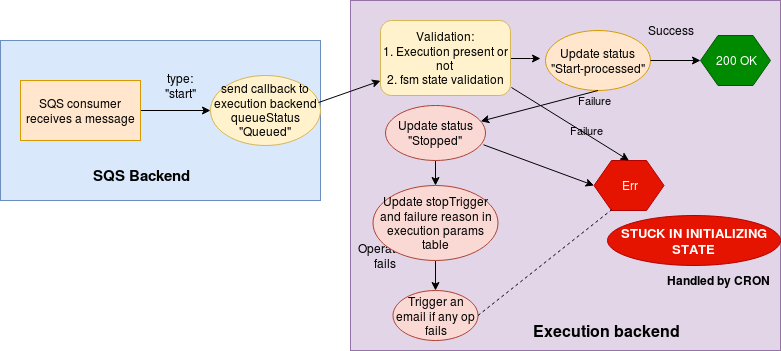
prodipta/blueshift-resouce keeps this draw.io diagram as start_queue_processing.png. Above is the earlier version. Source tidied: cells renumbered, new cells last; positions are measured from the earlier drawing's top-left corner, leaving out a move shared by most shapes.
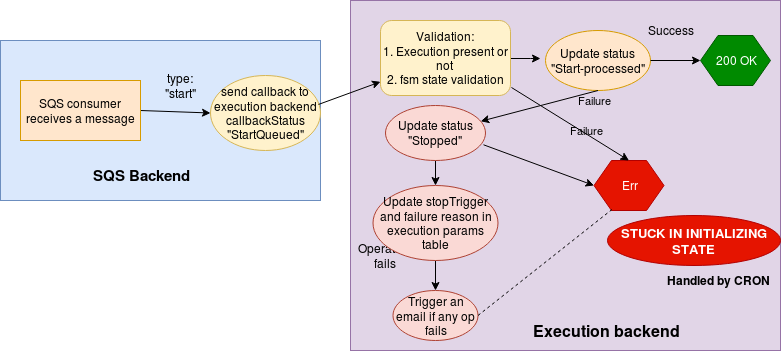
After the change.

Diff of the diagram source:
```diff
@@ -17,8 +17,8 @@
     <mxCell id="6" value="&lt;span style=&quot;white-space: normal&quot;&gt;SQS consumer receives a message&lt;/span&gt;" style="rounded=0;whiteSpace=wrap;html=1;fillColor=#ffe6cc;strokeColor=#d79b00;" parent="1" vertex="1">
       <mxGeometry x="20" y="80" width="120" height="60" as="geometry" />
     </mxCell>
-    <mxCell id="7" value="send callback to execution backend queueStatus &quot;Queued&quot;" style="ellipse;whiteSpace=wrap;html=1;fillColor=#fff2cc;strokeColor=#d6b656;" parent="1" vertex="1">
-      <mxGeometry x="210" y="75" width="110" height="70" as="geometry" />
+    <mxCell id="7" value="&lt;div&gt;send callback to execution backend callbackStatus &quot;StartQueued&quot;&lt;/div&gt;" style="ellipse;whiteSpace=wrap;html=1;fillColor=#fff2cc;strokeColor=#d6b656;" parent="1" vertex="1">
+      <mxGeometry x="210" y="75" width="110" height="75" as="geometry" />
     </mxCell>
     <mxCell id="8" value="SQS Backend" style="text;html=1;strokeColor=none;fillColor=none;align=center;verticalAlign=middle;whiteSpace=wrap;rounded=0;fontStyle=1;fontSize=15;" parent="1" vertex="1">
       <mxGeometry x="85" y="165" width="110" height="20" as="geometry" />
```
